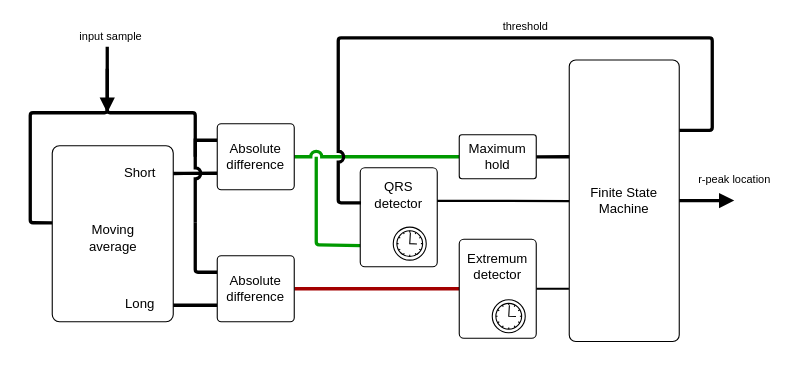
The draw.io diagram doc/drawio_diagrams/RPD_algorithm.drawio in jmat97/RPD22, before the edit. Source tidied: cells renumbered, new cells numbered last; positions are measured from the earlier drawing's top-left corner, leaving out a move shared by most shapes. Both pictures are drawn from the tidied source at 110%, with x=0, y=0 at pixel (30, 24).
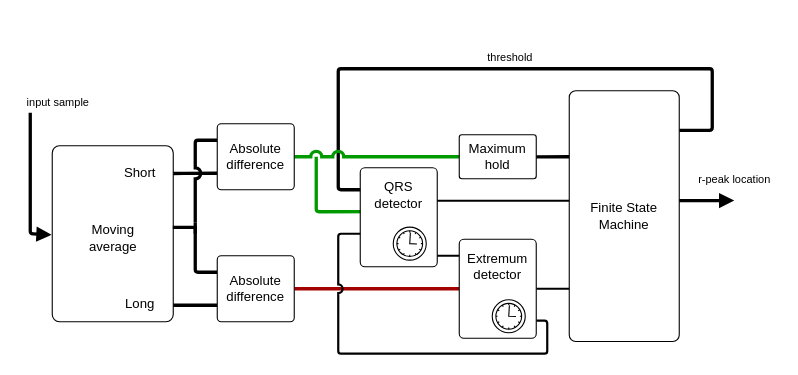
The same diagram, later.

The change refers to these unchanged cells:
```xml
<mxCell id="5" style="rounded=1;whiteSpace=wrap;html=1;arcSize=6;" parent="1" vertex="1">
  <mxGeometry x="20" y="110" width="110" height="160" as="geometry" />
</mxCell>
<mxCell id="8" value="Absolute difference" style="rounded=1;whiteSpace=wrap;html=1;arcSize=6;" parent="1" vertex="1">
  <mxGeometry x="170" y="90" width="70" height="60" as="geometry" />
</mxCell>
<mxCell id="11" value="Absolute difference" style="rounded=1;whiteSpace=wrap;html=1;arcSize=6;" parent="1" vertex="1">
  <mxGeometry x="170" y="210" width="70" height="60" as="geometry" />
</mxCell>
<mxCell id="13" value="QRS detector" style="rounded=1;whiteSpace=wrap;html=1;spacingBottom=40;arcSize=6;" parent="1" vertex="1">
  <mxGeometry x="300" y="130" width="70" height="90" as="geometry" />
</mxCell>
<mxCell id="23" value="Extremum detector" style="rounded=1;whiteSpace=wrap;html=1;spacingLeft=0;spacingBottom=40;arcSize=6;" parent="22" vertex="1">
  <mxGeometry width="70" height="90" as="geometry" />
</mxCell>
```

What changed in the source:
```diff
@@
+    <mxCell id="33" style="endArrow=none;html=1;rounded=1;strokeWidth=2;" parent="1" edge="1">
+      <mxGeometry relative="1" as="geometry">
+        <mxPoint x="330" y="210" as="sourcePoint" />
+        <mxPoint x="430" y="210" as="targetPoint" />
+      </mxGeometry>
+    </mxCell>
+    <mxCell id="10" style="edgeStyle=orthogonalEdgeStyle;rounded=0;jumpStyle=arc;jettySize=auto;html=1;exitX=1;exitY=0.5;exitDx=0;exitDy=0;entryX=0;entryY=0.5;entryDx=0;entryDy=0;endArrow=none;endFill=0;fillColor=#a20025;strokeColor=#A30000;strokeWidth=3;" parent="1" edge="1" source="11" target="23">
+      <mxGeometry relative="1" as="geometry" />
+    </mxCell>
+    <mxCell id="34" style="edgeStyle=orthogonalEdgeStyle;rounded=1;jumpStyle=arc;orthogonalLoop=1;jettySize=auto;html=1;endArrow=none;endFill=0;strokeWidth=2;arcSize=5;" parent="1" edge="1">
+      <mxGeometry relative="1" as="geometry">
+        <mxPoint x="460" y="269" as="sourcePoint" />
+        <mxPoint x="340" y="190" as="targetPoint" />
+        <Array as="points">
+          <mxPoint x="470" y="269" />
+          <mxPoint x="470" y="299" />
+          <mxPoint x="280" y="299" />
+          <mxPoint x="280" y="190" />
+        </Array>
+      </mxGeometry>
+    </mxCell>
+    <mxCell id="26" style="endArrow=none;html=1;rounded=0;strokeWidth=2;" parent="1" edge="1">
+      <mxGeometry relative="1" as="geometry">
+        <mxPoint x="340" y="160" as="sourcePoint" />
+        <mxPoint x="550" y="160" as="targetPoint" />
+      </mxGeometry>
+    </mxCell>
+    <mxCell id="15" style="edgeStyle=orthogonalEdgeStyle;rounded=1;jumpStyle=arc;jettySize=auto;html=1;exitX=1;exitY=0.25;exitDx=0;exitDy=0;endArrow=none;endFill=0;strokeWidth=3;arcSize=5;entryX=0.429;entryY=0.222;entryDx=0;entryDy=0;entryPerimeter=0;" parent="1" edge="1" target="13">
+      <mxGeometry relative="1" as="geometry">
+        <mxPoint x="590" y="96" as="sourcePoint" />
+        <Array as="points">
+          <mxPoint x="620" y="96" />
+          <mxPoint x="620" y="40" />
+          <mxPoint x="280" y="40" />
+          <mxPoint x="280" y="150" />
+        </Array>
+      </mxGeometry>
+    </mxCell>
+    <mxCell id="16" value="threshold" style="edgeLabel;html=1;align=center;verticalAlign=middle;fontSize=10;fontColor=#000000;" parent="15" vertex="1">
+      <mxGeometry x="-0.26" y="-1" relative="1" as="geometry">
+        <mxPoint x="-54" y="-11" as="offset" />
+      </mxGeometry>
+    </mxCell>
-    <mxCell id="2" style="endArrow=none;html=1;strokeWidth=3;rounded=1;exitX=0.005;exitY=0.787;exitDx=0;exitDy=0;exitPerimeter=0;strokeColor=#009900;arcSize=5;" parent="1" edge="1" source="13">
+    <mxCell id="2" style="endArrow=none;html=1;strokeWidth=3;rounded=1;exitX=0.286;exitY=0.444;exitDx=0;exitDy=0;exitPerimeter=0;strokeColor=#009900;arcSize=5;" parent="1" edge="1" source="13">
       <mxGeometry relative="1" as="geometry">
         <mxPoint x="260" y="120" as="targetPoint" />
         <Array as="points">
-          <mxPoint x="260" y="200" />
+          <mxPoint x="260" y="170" />
         </Array>
       </mxGeometry>
     </mxCell>
@@
-    <mxCell id="7" style="edgeStyle=orthogonalEdgeStyle;rounded=0;jettySize=auto;html=1;exitX=0;exitY=0.25;exitDx=0;exitDy=0;endArrow=none;endFill=0;jumpStyle=arc;strokeWidth=3;arcSize=5;" parent="1" edge="1" source="8">
+    <mxCell id="7" style="edgeStyle=orthogonalEdgeStyle;rounded=1;jettySize=auto;html=1;exitX=0;exitY=0.25;exitDx=0;exitDy=0;endArrow=none;endFill=0;jumpStyle=arc;strokeWidth=3;arcSize=5;" parent="1" edge="1" source="8">
       <mxGeometry relative="1" as="geometry">
         <mxPoint x="150" y="180" as="targetPoint" />
         <Array as="points">
           <mxPoint x="150" y="105" />
           <mxPoint x="150" y="180" />
         </Array>
       </mxGeometry>
     </mxCell>
@@
-    <mxCell id="10" style="edgeStyle=orthogonalEdgeStyle;rounded=0;jumpStyle=arc;jettySize=auto;html=1;exitX=1;exitY=0.5;exitDx=0;exitDy=0;entryX=0;entryY=0.5;entryDx=0;entryDy=0;endArrow=none;endFill=0;fillColor=#a20025;strokeColor=#A30000;strokeWidth=3;" parent="1" edge="1" source="11" target="23">
-      <mxGeometry relative="1" as="geometry" />
-    </mxCell>
@@
-    <mxCell id="14" style="edgeStyle=orthogonalEdgeStyle;rounded=0;jumpStyle=arc;jettySize=auto;html=1;exitX=1;exitY=0.5;exitDx=0;exitDy=0;endArrow=none;endFill=0;strokeWidth=2;entryX=-0.003;entryY=0.812;entryDx=0;entryDy=0;entryPerimeter=0;" parent="1" edge="1" source="23" target="17">
-      <mxGeometry relative="1" as="geometry" />
+    <mxCell id="14" style="edgeStyle=orthogonalEdgeStyle;rounded=0;jumpStyle=arc;jettySize=auto;html=1;endArrow=none;endFill=0;strokeWidth=2;" parent="1" edge="1" source="23">
+      <mxGeometry relative="1" as="geometry">
+        <mxPoint x="570" y="240" as="targetPoint" />
+      </mxGeometry>
     </mxCell>
-    <mxCell id="15" style="edgeStyle=orthogonalEdgeStyle;rounded=1;jumpStyle=arc;orthogonalLoop=1;jettySize=auto;html=1;exitX=1;exitY=0.25;exitDx=0;exitDy=0;endArrow=none;endFill=0;strokeWidth=3;entryX=0.01;entryY=0.355;entryDx=0;entryDy=0;entryPerimeter=0;arcSize=5;" parent="1" edge="1">
-      <mxGeometry relative="1" as="geometry">
-        <mxPoint x="590" y="96" as="sourcePoint" />
-        <mxPoint x="300.7" y="161.9" as="targetPoint" />
-        <Array as="points">
-          <mxPoint x="620" y="96" />
-          <mxPoint x="620" y="12" />
-          <mxPoint x="280" y="12" />
-          <mxPoint x="280" y="162" />
-        </Array>
-      </mxGeometry>
-    </mxCell>
-    <mxCell id="16" value="threshold" style="edgeLabel;html=1;align=center;verticalAlign=middle;fontSize=10;fontColor=#000000;" parent="15" vertex="1">
-      <mxGeometry x="-0.26" y="-1" relative="1" as="geometry">
-        <mxPoint x="-54" y="-11" as="offset" />
-      </mxGeometry>
-    </mxCell>
     <mxCell id="17" value="Finite State Machine" style="rounded=1;whiteSpace=wrap;html=1;arcSize=6;" parent="1" vertex="1">
-      <mxGeometry x="490" y="32" width="100" height="256" as="geometry" />
+      <mxGeometry x="490" y="60" width="100" height="228" as="geometry" />
     </mxCell>
-    <mxCell id="18" style="endArrow=none;html=1;entryX=0;entryY=0.438;entryDx=0;entryDy=0;rounded=1;strokeWidth=3;arcSize=5;entryPerimeter=0;endFill=0;" parent="1" edge="1" target="5">
-      <mxGeometry relative="1" as="geometry">
-        <mxPoint x="70" y="40" as="sourcePoint" />
-        <Array as="points">
-          <mxPoint x="70" y="80" />
-          <mxPoint y="80" />
-          <mxPoint y="130" />
-          <mxPoint y="180" />
-        </Array>
-      </mxGeometry>
-    </mxCell>
-    <mxCell id="19" style="endArrow=none;html=1;strokeWidth=3;arcSize=5;startArrow=none;startFill=0;" parent="1" edge="1">
-      <mxGeometry relative="1" as="geometry">
-        <mxPoint x="70" y="70" as="sourcePoint" />
-        <mxPoint x="150" y="120" as="targetPoint" />
-        <Array as="points">
-          <mxPoint x="70" y="80" />
-          <mxPoint x="150" y="80" />
-        </Array>
-      </mxGeometry>
-    </mxCell>
@@
-    <mxCell id="26" style="endArrow=none;html=1;rounded=0;entryX=0;entryY=0.501;entryDx=0;entryDy=0;entryPerimeter=0;exitX=0.999;exitY=0.334;exitDx=0;exitDy=0;exitPerimeter=0;strokeWidth=2;" parent="1" edge="1" source="13" target="17">
-      <mxGeometry relative="1" as="geometry" />
-    </mxCell>
     <mxCell id="27" value="input sample" style="text;html=1;align=center;verticalAlign=middle;points=[];strokeColor=none;fillColor=none;fontSize=10;fontColor=#000000;" parent="1" vertex="1">
-      <mxGeometry x="37.5" width="70" height="20" as="geometry" />
+      <mxGeometry x="-10" y="60" width="70" height="20" as="geometry" />
     </mxCell>
@@
-    <mxCell id="32" style="endArrow=block;html=1;strokeWidth=3;arcSize=5;startArrow=none;startFill=0;endFill=1;" parent="1" edge="1">
+    <mxCell id="32" style="endArrow=block;html=1;strokeWidth=3;arcSize=5;startArrow=none;startFill=0;endFill=1;entryX=-0.006;entryY=0.506;entryDx=0;entryDy=0;entryPerimeter=0;exitX=0.143;exitY=1;exitDx=0;exitDy=0;exitPerimeter=0;" parent="1" edge="1" source="27" target="5">
       <mxGeometry relative="1" as="geometry">
-        <mxPoint x="70" y="20" as="sourcePoint" />
-        <mxPoint x="70" y="80" as="targetPoint" />
+        <Array as="points">
+          <mxPoint y="190" />
+        </Array>
       </mxGeometry>
     </mxCell>
+    <mxCell id="35" style="edgeStyle=orthogonalEdgeStyle;rounded=0;orthogonalLoop=1;jettySize=auto;html=1;endArrow=none;endFill=0;strokeWidth=3;exitX=0.994;exitY=0.507;exitDx=0;exitDy=0;exitPerimeter=0;" parent="1" edge="1">
+      <mxGeometry relative="1" as="geometry">
+        <mxPoint x="129.6" y="184.2" as="sourcePoint" />
+        <mxPoint x="150" y="190" as="targetPoint" />
+        <Array as="points">
+          <mxPoint x="150" y="184" />
+        </Array>
+      </mxGeometry>
+    </mxCell>
```
